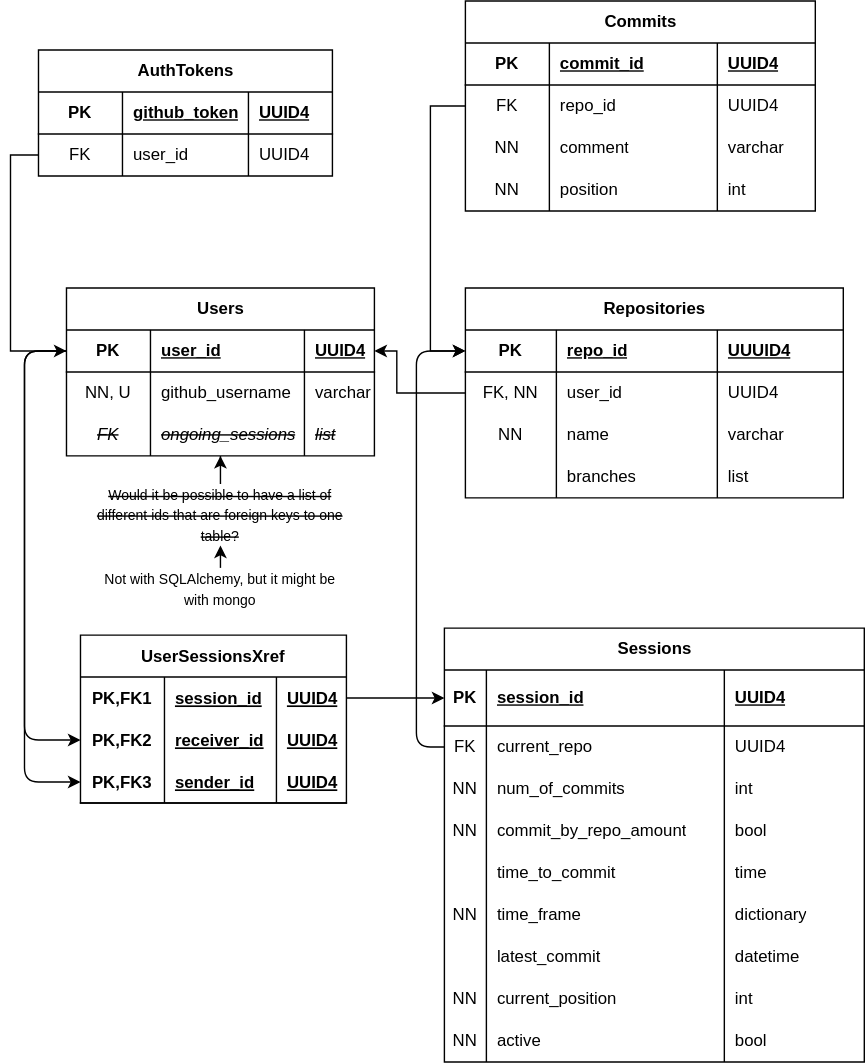
The draw.io diagram git-nabber.drawio.svg in Jamesh431/Cyclone, before a commit. Source tidied: cells renumbered, new cells last; positions are measured from the earlier drawing's top-left corner, leaving out a move shared by most shapes.
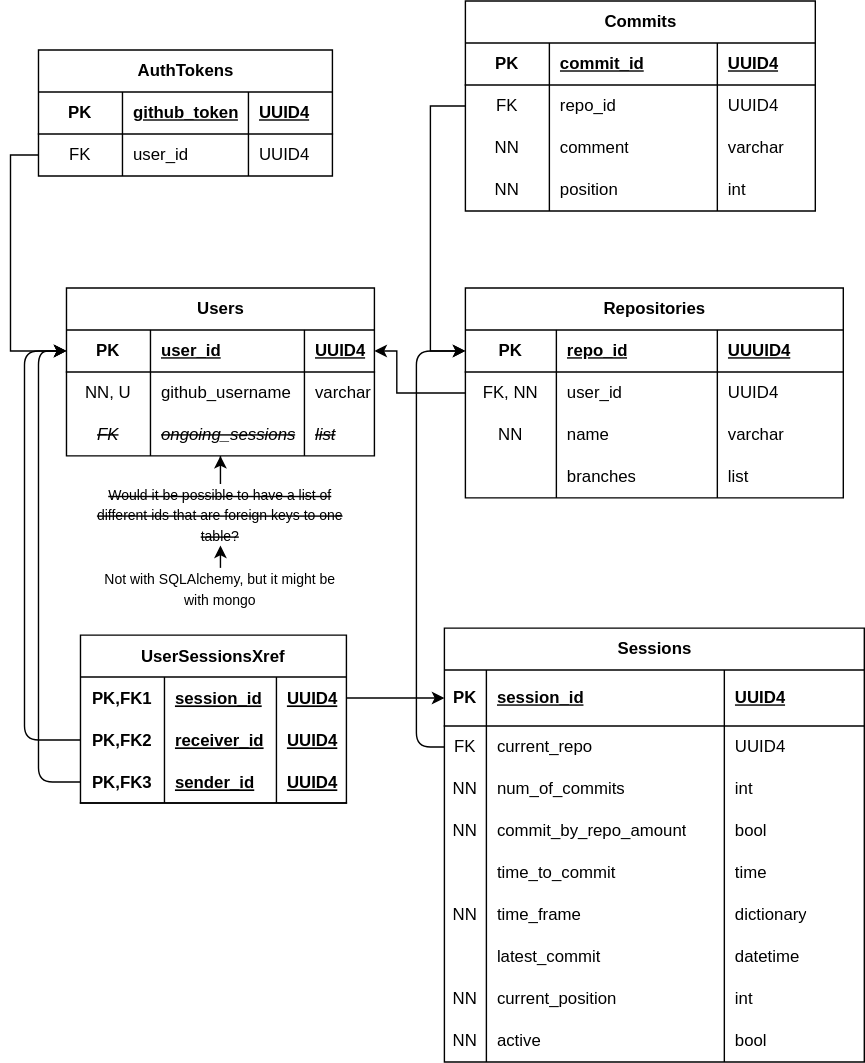
The same diagram one commit later.

Commit message:
fixed directions of relations from xref

What changed in the source:
```diff
@@ -354,14 +354,6 @@
     <mxCell id="115" style="edgeStyle=none;html=1;exitX=1;exitY=0.5;exitDx=0;exitDy=0;entryX=0;entryY=0.5;entryDx=0;entryDy=0;" parent="1" edge="1" source="103" target="60">
       <mxGeometry relative="1" as="geometry" />
     </mxCell>
-    <mxCell id="116" style="edgeStyle=none;html=1;exitX=0;exitY=0.5;exitDx=0;exitDy=0;entryX=0;entryY=0.5;entryDx=0;entryDy=0;" parent="1" edge="1" source="12" target="111">
-      <mxGeometry relative="1" as="geometry">
-        <Array as="points">
-          <mxPoint y="250" />
-          <mxPoint y="558" />
-        </Array>
-      </mxGeometry>
-    </mxCell>
     <mxCell id="117" style="edgeStyle=none;html=1;exitX=0;exitY=0.5;exitDx=0;exitDy=0;entryX=0;entryY=0.5;entryDx=0;entryDy=0;" parent="1" edge="1" source="64" target="26">
       <mxGeometry relative="1" as="geometry">
         <Array as="points">
@@ -370,13 +362,21 @@
         </Array>
       </mxGeometry>
     </mxCell>
-    <mxCell id="118" style="edgeStyle=none;html=1;exitX=0;exitY=0.5;exitDx=0;exitDy=0;entryX=0;entryY=0.5;entryDx=0;entryDy=0;" parent="1" edge="1" source="12" target="107">
+    <mxCell id="118" style="edgeStyle=none;html=1;exitX=0;exitY=0.5;exitDx=0;exitDy=0;entryX=0;entryY=0.5;entryDx=0;entryDy=0;" parent="1" edge="1" source="107" target="12">
       <mxGeometry relative="1" as="geometry">
         <Array as="points">
+          <mxPoint y="528" />
           <mxPoint y="250" />
-          <mxPoint y="528" />
         </Array>
       </mxGeometry>
     </mxCell>
+    <mxCell id="119" style="edgeStyle=none;html=1;exitX=0;exitY=0.5;exitDx=0;exitDy=0;entryX=0;entryY=0.5;entryDx=0;entryDy=0;" parent="1" edge="1" source="111" target="12">
+      <mxGeometry relative="1" as="geometry">
+        <Array as="points">
+          <mxPoint x="10" y="558" />
+          <mxPoint x="10" y="250" />
+        </Array>
+      </mxGeometry>
+    </mxCell>
   </root>
 </mxGraphModel>
```
